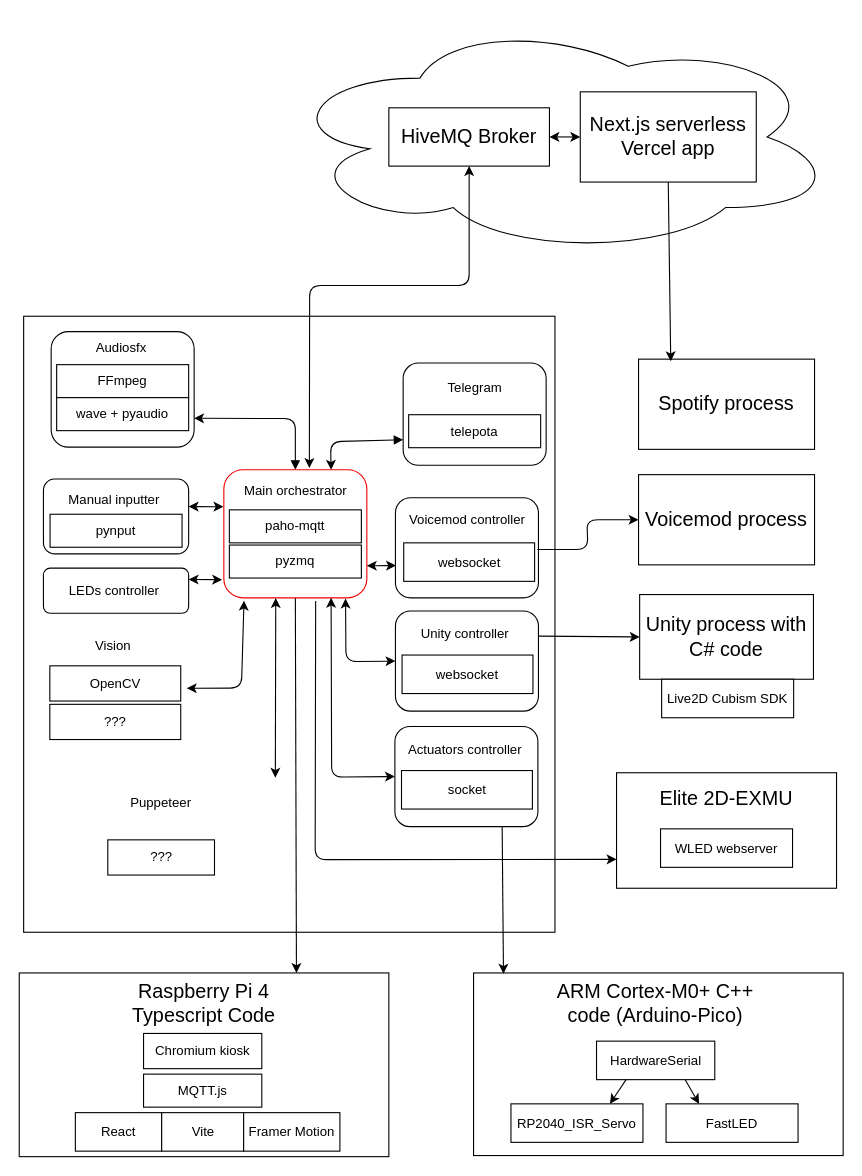
Before: Planning/Software.drawio in MekhyW/DYNAMO2-Electronic-Fursuit-3.0, a draw.io diagram. Source tidied: cells renumbered, new cells numbered last; positions are measured from the earlier drawing's top-left corner, leaving out a move shared by most shapes. Both pictures are drawn from the tidied source at 110%, with x=0, y=0 at pixel (19, 19).
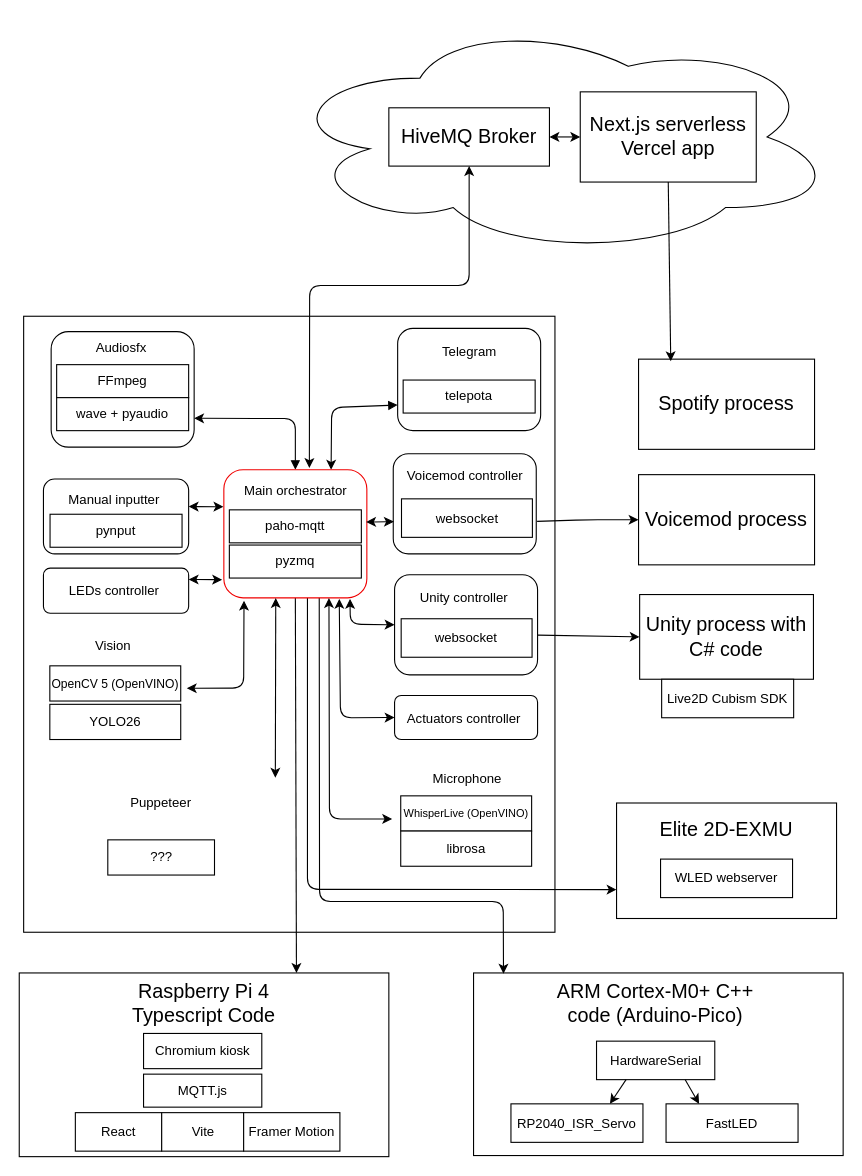
After the change.

The change refers to these unchanged cells:
```xml
<mxCell id="14" value="&lt;font style=&quot;font-size: 18px;&quot;&gt;Voicemod process&lt;/font&gt;" style="rounded=0;whiteSpace=wrap;html=1;" parent="1" vertex="1">
  <mxGeometry x="563" y="414" width="160" height="82" as="geometry" />
</mxCell>
<mxCell id="15" value="&lt;font style=&quot;font-size: 18px;&quot;&gt;Unity process with C# code&lt;/font&gt;" style="rounded=0;whiteSpace=wrap;html=1;" parent="1" vertex="1">
  <mxGeometry x="564" y="523" width="158" height="77" as="geometry" />
</mxCell>
<mxCell id="16" style="rounded=0;whiteSpace=wrap;html=1;" parent="1" vertex="1">
  <mxGeometry x="413" y="867" width="336" height="166" as="geometry" />
</mxCell>
<mxCell id="52" style="rounded=1;whiteSpace=wrap;html=1;fontSize=12;strokeColor=#F00000;" parent="1" vertex="1">
  <mxGeometry x="186" y="409.5" width="130" height="116.5" as="geometry" />
</mxCell>
<mxCell id="69" style="rounded=1;whiteSpace=wrap;html=1;fontSize=12;strokeColor=#FFFFFF;" parent="1" vertex="1">
  <mxGeometry x="20.8" y="550" width="131.5" height="116.5" as="geometry" />
</mxCell>
```

The edit, as a diff of the source:
```diff
@@
     <mxCell id="4" style="edgeStyle=none;html=1;exitX=0;exitY=0.75;exitDx=0;exitDy=0;startArrow=block;startFill=1;entryX=0.75;entryY=0;entryDx=0;entryDy=0;" parent="1" edge="1" source="25" target="52">
       <mxGeometry relative="1" as="geometry">
         <Array as="points">
-          <mxPoint x="283" y="384" />
+          <mxPoint x="284" y="353" />
         </Array>
       </mxGeometry>
     </mxCell>
@@
     <mxCell id="9" style="rounded=1;whiteSpace=wrap;html=1;fontSize=12;" parent="1" vertex="1">
-      <mxGeometry x="342" y="435" width="130" height="91" as="geometry" />
+      <mxGeometry x="340" y="395" width="130" height="91" as="geometry" />
     </mxCell>
     <mxCell id="10" value="Voicemod controller" style="text;html=1;strokeColor=none;fillColor=none;align=center;verticalAlign=middle;whiteSpace=wrap;rounded=0;fontSize=12;" parent="1" vertex="1">
-      <mxGeometry x="349.5" y="440" width="115" height="30" as="geometry" />
+      <mxGeometry x="347.5" y="400" width="115" height="30" as="geometry" />
     </mxCell>
-    <mxCell id="11" style="edgeStyle=none;html=1;entryX=0;entryY=0.5;entryDx=0;entryDy=0;" parent="1" edge="1" target="14">
+    <mxCell id="11" style="edgeStyle=none;html=1;entryX=0;entryY=0.5;entryDx=0;entryDy=0;exitX=1.006;exitY=0.676;exitDx=0;exitDy=0;exitPerimeter=0;" parent="1" edge="1" source="9" target="14">
       <mxGeometry relative="1" as="geometry">
-        <mxPoint x="471" y="482" as="sourcePoint" />
         <Array as="points">
-          <mxPoint x="517" y="482" />
           <mxPoint x="516" y="455" />
         </Array>
       </mxGeometry>
     </mxCell>
     <mxCell id="12" value="websocket" style="rounded=0;whiteSpace=wrap;html=1;fontSize=12;" parent="1" vertex="1">
-      <mxGeometry x="349.5" y="476" width="119" height="35" as="geometry" />
+      <mxGeometry x="347.5" y="436" width="119" height="35" as="geometry" />
     </mxCell>
-    <mxCell id="13" style="edgeStyle=none;html=1;entryX=0;entryY=0.5;entryDx=0;entryDy=0;exitX=1;exitY=0.25;exitDx=0;exitDy=0;" parent="1" edge="1" source="56" target="15">
+    <mxCell id="13" style="edgeStyle=none;html=1;entryX=0;entryY=0.5;entryDx=0;entryDy=0;exitX=1.002;exitY=0.603;exitDx=0;exitDy=0;exitPerimeter=0;" parent="1" edge="1" source="56" target="15">
       <mxGeometry relative="1" as="geometry" />
     </mxCell>
@@
     <mxCell id="25" style="rounded=1;whiteSpace=wrap;html=1;fontSize=12;" parent="1" vertex="1">
-      <mxGeometry x="349" y="312.5" width="130" height="93" as="geometry" />
+      <mxGeometry x="344" y="281" width="130" height="93" as="geometry" />
     </mxCell>
     <mxCell id="26" value="Telegram" style="text;html=1;strokeColor=none;fillColor=none;align=center;verticalAlign=middle;whiteSpace=wrap;rounded=0;fontSize=12;" parent="1" vertex="1">
-      <mxGeometry x="366.5" y="319.5" width="95" height="30" as="geometry" />
+      <mxGeometry x="361.5" y="288" width="95" height="30" as="geometry" />
     </mxCell>
     <mxCell id="27" value="telepota" style="rounded=0;whiteSpace=wrap;html=1;fontSize=12;" parent="1" vertex="1">
-      <mxGeometry x="354" y="359.5" width="120" height="30" as="geometry" />
+      <mxGeometry x="349" y="328" width="120" height="30" as="geometry" />
     </mxCell>
@@
     <mxCell id="41" style="rounded=0;whiteSpace=wrap;html=1;" parent="1" vertex="1">
-      <mxGeometry x="543" y="685" width="200" height="105" as="geometry" />
+      <mxGeometry x="543" y="712.5" width="200" height="105" as="geometry" />
     </mxCell>
     <mxCell id="42" value="&lt;font style=&quot;font-size: 18px;&quot;&gt;Elite 2D-EXMU&lt;/font&gt;" style="text;html=1;strokeColor=none;fillColor=none;align=center;verticalAlign=middle;whiteSpace=wrap;rounded=0;fontSize=8;" parent="1" vertex="1">
-      <mxGeometry x="567" y="694" width="152" height="30" as="geometry" />
+      <mxGeometry x="567" y="721.5" width="152" height="30" as="geometry" />
     </mxCell>
     <mxCell id="43" value="WLED webserver" style="rounded=0;whiteSpace=wrap;html=1;fontSize=12;" parent="1" vertex="1">
-      <mxGeometry x="583" y="736" width="120" height="35" as="geometry" />
+      <mxGeometry x="583" y="763.5" width="120" height="35" as="geometry" />
     </mxCell>
-    <mxCell id="44" style="endArrow=classic;html=1;entryX=0.081;entryY=0.004;entryDx=0;entryDy=0;entryPerimeter=0;exitX=0.75;exitY=1;exitDx=0;exitDy=0;" parent="1" edge="1" source="63" target="16">
-      <mxGeometry relative="1" as="geometry" />
+    <mxCell id="44" style="endArrow=classic;html=1;entryX=0.081;entryY=0.004;entryDx=0;entryDy=0;entryPerimeter=0;exitX=0.667;exitY=0.997;exitDx=0;exitDy=0;exitPerimeter=0;" parent="1" edge="1" source="52" target="16">
+      <mxGeometry relative="1" as="geometry">
+        <Array as="points">
+          <mxPoint x="273" y="802" />
+          <mxPoint x="440" y="802" />
+        </Array>
+      </mxGeometry>
     </mxCell>
@@
-    <mxCell id="50" style="edgeStyle=none;html=1;exitX=0.642;exitY=1.024;exitDx=0;exitDy=0;entryX=0;entryY=0.75;entryDx=0;entryDy=0;exitPerimeter=0;" parent="1" edge="1" source="52" target="41">
+    <mxCell id="50" style="edgeStyle=none;html=1;entryX=0;entryY=0.75;entryDx=0;entryDy=0;" parent="1" edge="1" target="41">
       <mxGeometry relative="1" as="geometry">
+        <mxPoint x="262" y="526" as="sourcePoint" />
         <Array as="points">
-          <mxPoint x="269" y="764" />
+          <mxPoint x="262" y="791" />
         </Array>
       </mxGeometry>
     </mxCell>
@@
     <mxCell id="56" style="rounded=1;whiteSpace=wrap;html=1;fontSize=12;" parent="1" vertex="1">
-      <mxGeometry x="342" y="538" width="130" height="91" as="geometry" />
+      <mxGeometry x="341.2" y="505" width="130" height="91" as="geometry" />
     </mxCell>
     <mxCell id="57" value="Unity controller" style="text;html=1;strokeColor=none;fillColor=none;align=center;verticalAlign=middle;whiteSpace=wrap;rounded=0;fontSize=12;" parent="1" vertex="1">
-      <mxGeometry x="348" y="544" width="115" height="30" as="geometry" />
+      <mxGeometry x="347.2" y="511" width="115" height="30" as="geometry" />
     </mxCell>
     <mxCell id="58" value="websocket" style="rounded=0;whiteSpace=wrap;html=1;fontSize=12;" parent="1" vertex="1">
-      <mxGeometry x="348" y="578" width="119" height="35" as="geometry" />
+      <mxGeometry x="347.2" y="545" width="119" height="35" as="geometry" />
     </mxCell>
@@
     <mxCell id="63" style="rounded=1;whiteSpace=wrap;html=1;fontSize=12;" parent="1" vertex="1">
-      <mxGeometry x="341.5" y="643" width="130" height="91" as="geometry" />
+      <mxGeometry x="341.2" y="614.8" width="130" height="40" as="geometry" />
     </mxCell>
     <mxCell id="64" value="Actuators controller" style="text;html=1;strokeColor=none;fillColor=none;align=center;verticalAlign=middle;whiteSpace=wrap;rounded=0;fontSize=12;" parent="1" vertex="1">
-      <mxGeometry x="347.5" y="649" width="115" height="30" as="geometry" />
+      <mxGeometry x="347.2" y="620.8" width="115" height="30" as="geometry" />
     </mxCell>
-    <mxCell id="65" value="socket" style="rounded=0;whiteSpace=wrap;html=1;fontSize=12;" parent="1" vertex="1">
-      <mxGeometry x="347.5" y="683" width="119" height="35" as="geometry" />
-    </mxCell>
-    <mxCell id="66" style="endArrow=classic;startArrow=classic;html=1;exitX=0.004;exitY=0.678;exitDx=0;exitDy=0;exitPerimeter=0;entryX=1;entryY=0.75;entryDx=0;entryDy=0;" parent="1" edge="1" source="9" target="52">
+    <mxCell id="66" style="endArrow=classic;startArrow=classic;html=1;exitX=0.004;exitY=0.678;exitDx=0;exitDy=0;exitPerimeter=0;entryX=0.995;entryY=0.409;entryDx=0;entryDy=0;entryPerimeter=0;" parent="1" edge="1" source="9" target="52">
       <mxGeometry relative="1" as="geometry" />
     </mxCell>
-    <mxCell id="67" style="endArrow=classic;startArrow=classic;html=1;exitX=0;exitY=0.5;exitDx=0;exitDy=0;entryX=0.851;entryY=1.006;entryDx=0;entryDy=0;entryPerimeter=0;" parent="1" edge="1" source="56" target="52">
+    <mxCell id="67" style="endArrow=classic;startArrow=classic;html=1;exitX=0;exitY=0.5;exitDx=0;exitDy=0;entryX=0.882;entryY=1.008;entryDx=0;entryDy=0;entryPerimeter=0;" parent="1" edge="1" source="56" target="52">
       <mxGeometry relative="1" as="geometry">
         <Array as="points">
-          <mxPoint x="297" y="584" />
+          <mxPoint x="301" y="550" />
         </Array>
       </mxGeometry>
     </mxCell>
-    <mxCell id="68" style="endArrow=classic;startArrow=classic;html=1;exitX=0;exitY=0.5;exitDx=0;exitDy=0;entryX=0.75;entryY=1;entryDx=0;entryDy=0;" parent="1" edge="1" source="63" target="52">
+    <mxCell id="68" style="endArrow=classic;startArrow=classic;html=1;exitX=0;exitY=0.5;exitDx=0;exitDy=0;entryX=0.807;entryY=1.008;entryDx=0;entryDy=0;entryPerimeter=0;" parent="1" edge="1" source="63" target="52">
       <mxGeometry relative="1" as="geometry">
         <Array as="points">
-          <mxPoint x="284" y="689" />
+          <mxPoint x="292" y="635" />
         </Array>
       </mxGeometry>
     </mxCell>
@@
-    <mxCell id="71" value="OpenCV" style="rounded=0;whiteSpace=wrap;html=1;fontSize=12;" parent="1" vertex="1">
+    <mxCell id="71" value="&lt;font style=&quot;font-size: 11px;&quot;&gt;OpenCV 5 (OpenVINO)&lt;/font&gt;" style="rounded=0;whiteSpace=wrap;html=1;fontSize=12;" parent="1" vertex="1">
       <mxGeometry x="27.8" y="587.8" width="119" height="32" as="geometry" />
     </mxCell>
-    <mxCell id="72" value="???" style="rounded=0;whiteSpace=wrap;html=1;fontSize=12;" parent="1" vertex="1">
+    <mxCell id="72" value="&lt;font style=&quot;font-size: 12px;&quot;&gt;YOLO26&lt;/font&gt;" style="rounded=0;whiteSpace=wrap;html=1;fontSize=12;" parent="1" vertex="1">
       <mxGeometry x="27.8" y="622.8" width="119" height="32" as="geometry" />
     </mxCell>
@@
     <mxCell id="77" style="endArrow=classic;startArrow=classic;html=1;entryX=1;entryY=0.5;entryDx=0;entryDy=0;exitX=0.141;exitY=1.022;exitDx=0;exitDy=0;exitPerimeter=0;" parent="1" edge="1" source="52" target="69">
       <mxGeometry relative="1" as="geometry">
         <Array as="points">
-          <mxPoint x="202" y="608" />
+          <mxPoint x="204" y="608" />
         </Array>
       </mxGeometry>
     </mxCell>
@@
+    <mxCell id="83" style="rounded=1;whiteSpace=wrap;html=1;fontSize=12;strokeColor=#FFFFFF;" parent="1" vertex="1">
+      <mxGeometry x="339" y="672" width="131.5" height="110" as="geometry" />
+    </mxCell>
+    <mxCell id="84" value="Microphone" style="text;html=1;strokeColor=none;fillColor=none;align=center;verticalAlign=middle;whiteSpace=wrap;rounded=0;fontSize=12;" parent="1" vertex="1">
+      <mxGeometry x="349.5" y="676" width="115" height="30" as="geometry" />
+    </mxCell>
+    <mxCell id="85" value="&lt;font style=&quot;font-size: 10px;&quot;&gt;WhisperLive  (OpenVINO)&lt;/font&gt;" style="rounded=0;whiteSpace=wrap;html=1;fontSize=12;" parent="1" vertex="1">
+      <mxGeometry x="346.8" y="706" width="119" height="32" as="geometry" />
+    </mxCell>
+    <mxCell id="86" value="&lt;font style=&quot;font-size: 12px;&quot;&gt;librosa&lt;/font&gt;" style="rounded=0;whiteSpace=wrap;html=1;fontSize=12;" parent="1" vertex="1">
+      <mxGeometry x="346.8" y="738" width="119" height="32" as="geometry" />
+    </mxCell>
+    <mxCell id="87" style="endArrow=classic;startArrow=classic;html=1;exitX=0;exitY=0.5;exitDx=0;exitDy=0;entryX=0.735;entryY=1.002;entryDx=0;entryDy=0;entryPerimeter=0;" parent="1" edge="1" source="83" target="52">
+      <mxGeometry relative="1" as="geometry">
+        <Array as="points">
+          <mxPoint x="282" y="727" />
+        </Array>
+      </mxGeometry>
+    </mxCell>
```
